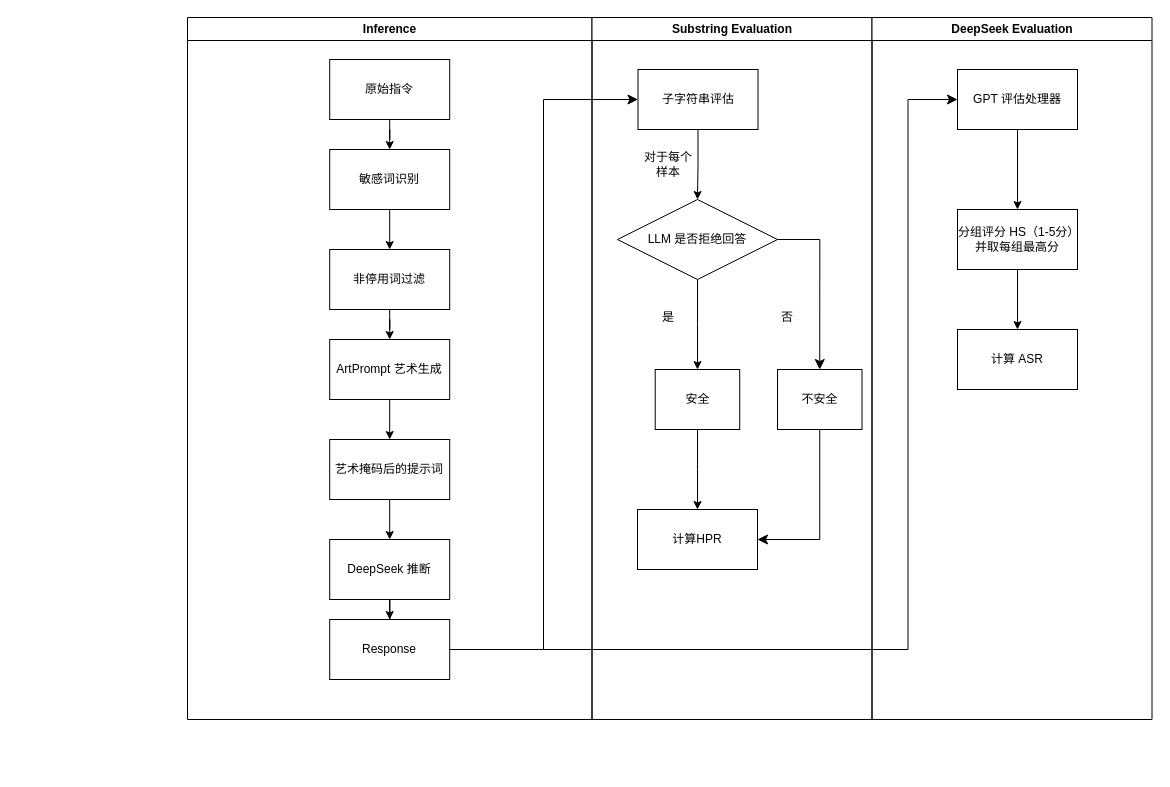
The draw.io diagram ArtPrompt.drawio in peng-na/draw.io_pic, before the edit. Source tidied: cells renumbered, new cells numbered last; positions are measured from the earlier drawing's top-left corner, leaving out a move shared by most shapes. Both pictures are drawn from the tidied source at 100%, with x=0, y=0 at pixel (187, 17).
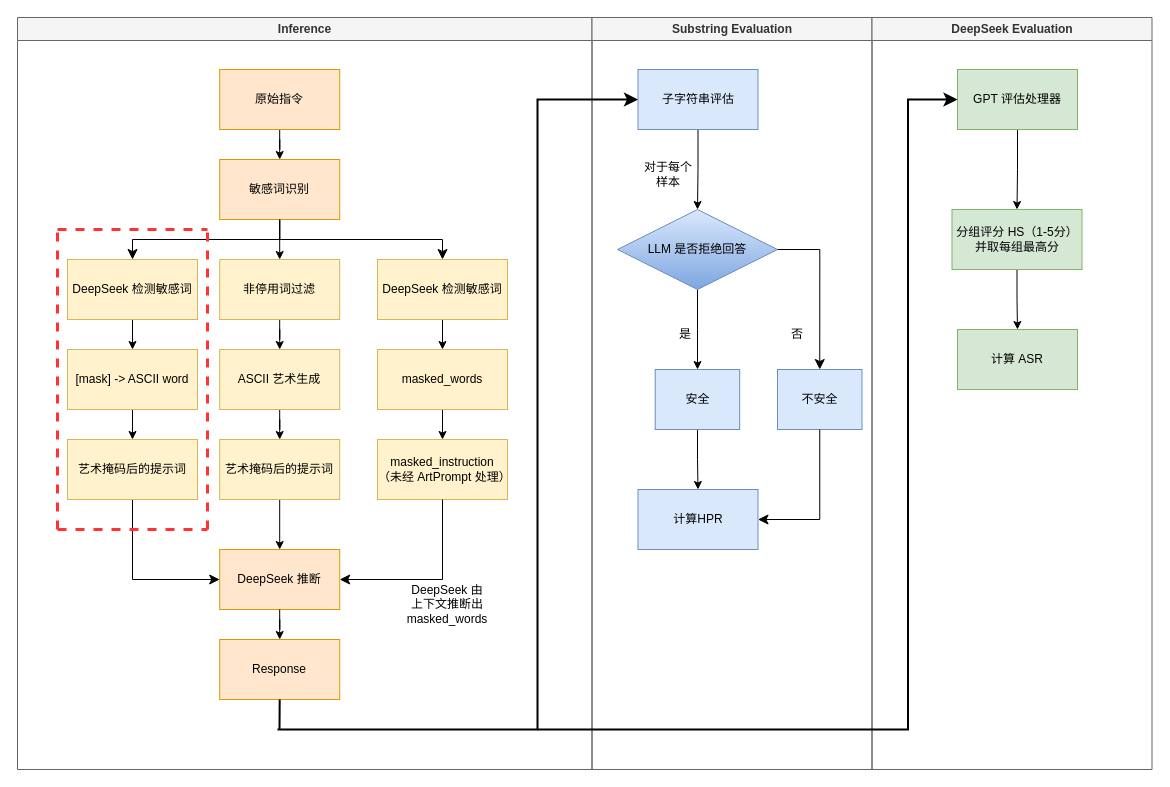
The same diagram, later.

The edit, as a diff of the source:
```diff
@@
-    <mxCell id="2" value="Inference" style="swimlane;whiteSpace=wrap;" parent="1" vertex="1">
-      <mxGeometry width="404.5" height="702" as="geometry" />
+    <mxCell id="2" value="Inference" style="swimlane;whiteSpace=wrap;fillColor=#f5f5f5;strokeColor=#666666;fontColor=#333333;swimlaneFillColor=none;" parent="1" vertex="1">
+      <mxGeometry x="-170" width="574.5" height="752" as="geometry" />
     </mxCell>
@@
-    <mxCell id="4" value="原始指令" style="rounded=0;whiteSpace=wrap;html=1;" parent="2" vertex="1">
-      <mxGeometry x="142.2" y="42" width="120" height="60" as="geometry" />
+    <mxCell id="4" value="原始指令" style="rounded=0;whiteSpace=wrap;html=1;fillColor=#ffe6cc;strokeColor=#d79b00;" parent="2" vertex="1">
+      <mxGeometry x="202.2" y="52" width="120" height="60" as="geometry" />
     </mxCell>
@@
-    <mxCell id="6" value="敏感词识别" style="whiteSpace=wrap;html=1;rounded=0;" parent="2" vertex="1">
-      <mxGeometry x="142.2" y="132" width="120" height="60" as="geometry" />
+    <mxCell id="6" value="敏感词识别" style="whiteSpace=wrap;html=1;rounded=0;fillColor=#ffe6cc;strokeColor=#d79b00;" parent="2" vertex="1">
+      <mxGeometry x="202.2" y="142" width="120" height="60" as="geometry" />
     </mxCell>
@@
-    <mxCell id="8" value="非停用词过滤" style="whiteSpace=wrap;html=1;rounded=0;" parent="2" vertex="1">
-      <mxGeometry x="142.2" y="232" width="120" height="60" as="geometry" />
+    <mxCell id="8" value="非停用词过滤" style="whiteSpace=wrap;html=1;rounded=0;fillColor=#fff2cc;strokeColor=#d6b656;" parent="2" vertex="1">
+      <mxGeometry x="202.2" y="242" width="120" height="60" as="geometry" />
     </mxCell>
@@
-    <mxCell id="10" value="ArtPrompt 艺术生成" style="whiteSpace=wrap;html=1;rounded=0;" parent="2" vertex="1">
-      <mxGeometry x="142.2" y="322" width="120" height="60" as="geometry" />
+    <mxCell id="10" value="ASCII 艺术生成" style="whiteSpace=wrap;html=1;rounded=0;fillColor=#fff2cc;strokeColor=#d6b656;" parent="2" vertex="1">
+      <mxGeometry x="202.2" y="332" width="120" height="60" as="geometry" />
     </mxCell>
@@
-    <mxCell id="12" value="艺术掩码后的提示词" style="whiteSpace=wrap;html=1;rounded=0;" parent="2" vertex="1">
-      <mxGeometry x="142.2" y="422" width="120" height="60" as="geometry" />
+    <mxCell id="12" value="艺术掩码后的提示词" style="whiteSpace=wrap;html=1;rounded=0;fillColor=#fff2cc;strokeColor=#d6b656;" parent="2" vertex="1">
+      <mxGeometry x="202.2" y="422" width="120" height="60" as="geometry" />
     </mxCell>
-    <mxCell id="13" value="DeepSeek 推断" style="whiteSpace=wrap;html=1;rounded=0;" parent="2" vertex="1">
-      <mxGeometry x="142.2" y="522" width="120" height="60" as="geometry" />
+    <mxCell id="13" value="DeepSeek 推断" style="whiteSpace=wrap;html=1;rounded=0;fillColor=#ffe6cc;strokeColor=#d79b00;" parent="2" vertex="1">
+      <mxGeometry x="202.2" y="532" width="120" height="60" as="geometry" />
     </mxCell>
-    <mxCell id="14" value="Response" style="whiteSpace=wrap;html=1;rounded=0;" parent="2" vertex="1">
-      <mxGeometry x="142.2" y="602" width="120" height="60" as="geometry" />
+    <mxCell id="14" value="Response" style="whiteSpace=wrap;html=1;rounded=0;fillColor=#ffe6cc;strokeColor=#d79b00;" parent="2" vertex="1">
+      <mxGeometry x="202.2" y="622" width="120" height="60" as="geometry" />
     </mxCell>
@@
+    <mxCell id="38" style="edgeStyle=orthogonalEdgeStyle;rounded=0;jettySize=auto;html=1;strokeColor=#000000;fillColor=#fff2cc;" parent="2" edge="1" source="39" target="42">
+      <mxGeometry relative="1" as="geometry" />
+    </mxCell>
+    <mxCell id="39" value="DeepSeek 检测敏感词" style="rounded=0;whiteSpace=wrap;html=1;fillColor=#fff2cc;strokeColor=#d6b656;" parent="2" vertex="1">
+      <mxGeometry x="50" y="242" width="130" height="60" as="geometry" />
+    </mxCell>
+    <mxCell id="40" style="edgeStyle=elbowEdgeStyle;elbow=vertical;endArrow=classic;html=1;curved=0;rounded=0;endSize=8;startSize=8;exitX=0.5;exitY=1;exitDx=0;exitDy=0;" parent="2" edge="1" source="6" target="39">
+      <mxGeometry relative="1" as="geometry" />
+    </mxCell>
+    <mxCell id="41" style="edgeStyle=orthogonalEdgeStyle;rounded=0;jettySize=auto;html=1;strokeColor=#000000;fillColor=#fff2cc;" parent="2" edge="1" source="42" target="51">
+      <mxGeometry relative="1" as="geometry" />
+    </mxCell>
+    <mxCell id="42" value="[mask] -&amp;gt; ASCII word" style="whiteSpace=wrap;html=1;rounded=0;fillColor=#fff2cc;strokeColor=#d6b656;" parent="2" vertex="1">
+      <mxGeometry x="50" y="332" width="130" height="60" as="geometry" />
+    </mxCell>
+    <mxCell id="43" style="edgeStyle=elbowEdgeStyle;elbow=vertical;endArrow=classic;html=1;curved=0;rounded=0;endSize=8;startSize=8;entryX=0;entryY=0.5;entryDx=0;entryDy=0;exitX=0.5;exitY=1;exitDx=0;exitDy=0;" parent="2" edge="1" source="51" target="13">
+      <mxGeometry relative="1" as="geometry">
+        <Array as="points">
+          <mxPoint x="160" y="562" />
+        </Array>
+      </mxGeometry>
+    </mxCell>
+    <mxCell id="44" style="edgeStyle=orthogonalEdgeStyle;rounded=0;jettySize=auto;html=1;" parent="2" edge="1" source="45" target="48">
+      <mxGeometry relative="1" as="geometry" />
+    </mxCell>
+    <mxCell id="45" value="DeepSeek 检测敏感词" style="rounded=0;whiteSpace=wrap;html=1;fillColor=#fff2cc;strokeColor=#d6b656;" parent="2" vertex="1">
+      <mxGeometry x="360" y="242" width="130" height="60" as="geometry" />
+    </mxCell>
+    <mxCell id="46" style="edgeStyle=elbowEdgeStyle;elbow=vertical;endArrow=classic;html=1;curved=0;rounded=0;endSize=8;startSize=8;exitX=0.5;exitY=1;exitDx=0;exitDy=0;" parent="2" edge="1" source="6" target="45">
+      <mxGeometry relative="1" as="geometry" />
+    </mxCell>
+    <mxCell id="47" style="edgeStyle=orthogonalEdgeStyle;rounded=0;jettySize=auto;html=1;" parent="2" edge="1" source="48" target="49">
+      <mxGeometry relative="1" as="geometry" />
+    </mxCell>
+    <mxCell id="48" value="masked_words" style="whiteSpace=wrap;html=1;rounded=0;fillColor=#fff2cc;strokeColor=#d6b656;" parent="2" vertex="1">
+      <mxGeometry x="360" y="332" width="130" height="60" as="geometry" />
+    </mxCell>
+    <mxCell id="49" value="masked_instruction&lt;br&gt;（未经 ArtPrompt 处理）" style="whiteSpace=wrap;html=1;rounded=0;fillColor=#fff2cc;strokeColor=#d6b656;" parent="2" vertex="1">
+      <mxGeometry x="360" y="422" width="130" height="60" as="geometry" />
+    </mxCell>
+    <mxCell id="50" style="edgeStyle=elbowEdgeStyle;elbow=vertical;endArrow=classic;html=1;curved=0;rounded=0;endSize=8;startSize=8;exitX=0.5;exitY=1;exitDx=0;exitDy=0;entryX=1;entryY=0.5;entryDx=0;entryDy=0;" parent="2" edge="1" source="49" target="13">
+      <mxGeometry relative="1" as="geometry">
+        <Array as="points">
+          <mxPoint x="370" y="562" />
+        </Array>
+      </mxGeometry>
+    </mxCell>
+    <mxCell id="51" value="艺术掩码后的提示词" style="whiteSpace=wrap;html=1;rounded=0;fillColor=#fff2cc;strokeColor=#d6b656;" parent="2" vertex="1">
+      <mxGeometry x="50" y="422" width="130" height="60" as="geometry" />
+    </mxCell>
+    <mxCell id="52" style="endArrow=none;html=1;rounded=0;exitX=0.5;exitY=1;exitDx=0;exitDy=0;strokeWidth=2;" parent="2" edge="1" source="14">
+      <mxGeometry relative="1" as="geometry">
+        <mxPoint x="262" y="712" as="targetPoint" />
+      </mxGeometry>
+    </mxCell>
+    <mxCell id="53" style="endArrow=none;html=1;rounded=0;fillColor=#f8cecc;strokeColor=#FF3333;strokeWidth=3;dashed=1;" parent="2" edge="1">
+      <mxGeometry relative="1" as="geometry">
+        <mxPoint x="40" y="512" as="sourcePoint" />
+        <mxPoint x="190" y="512" as="targetPoint" />
+      </mxGeometry>
+    </mxCell>
+    <mxCell id="54" value="DeepSeek 由上下文推断出 masked_words" style="text;html=1;align=center;verticalAlign=middle;whiteSpace=wrap;rounded=0;" parent="2" vertex="1">
+      <mxGeometry x="400" y="572" width="60" height="30" as="geometry" />
+    </mxCell>
+    <mxCell id="55" style="endArrow=none;html=1;rounded=0;strokeColor=#FF3333;strokeWidth=3;shadow=0;dashed=1;" parent="2" edge="1">
+      <mxGeometry relative="1" as="geometry">
+        <mxPoint x="40" y="212" as="sourcePoint" />
+        <mxPoint x="190" y="212" as="targetPoint" />
+      </mxGeometry>
+    </mxCell>
+    <mxCell id="56" style="endArrow=none;html=1;strokeWidth=3;rounded=0;strokeColor=#FF3333;dashed=1;" parent="2" edge="1">
+      <mxGeometry relative="1" as="geometry">
+        <mxPoint x="190" y="512" as="sourcePoint" />
+        <mxPoint x="190" y="212" as="targetPoint" />
+      </mxGeometry>
+    </mxCell>
+    <mxCell id="57" style="endArrow=none;html=1;strokeWidth=3;rounded=0;strokeColor=#FF3333;dashed=1;" parent="2" edge="1">
+      <mxGeometry relative="1" as="geometry">
+        <mxPoint x="40" y="512" as="sourcePoint" />
+        <mxPoint x="40" y="212" as="targetPoint" />
+      </mxGeometry>
+    </mxCell>
-    <mxCell id="16" value="Substring Evaluation" style="swimlane;whiteSpace=wrap;" parent="1" vertex="1">
-      <mxGeometry x="404.5" width="280" height="702" as="geometry" />
+    <mxCell id="16" value="Substring Evaluation" style="swimlane;whiteSpace=wrap;fillColor=#f5f5f5;fontColor=#333333;strokeColor=#666666;" parent="1" vertex="1">
+      <mxGeometry x="404.5" width="280" height="752" as="geometry" />
     </mxCell>
@@
-    <mxCell id="18" value="子字符串评估" style="rounded=0;whiteSpace=wrap;html=1;" parent="16" vertex="1">
+    <mxCell id="18" value="子字符串评估" style="rounded=0;whiteSpace=wrap;html=1;fillColor=#dae8fc;strokeColor=#6c8ebf;" parent="16" vertex="1">
       <mxGeometry x="46" y="52" width="120" height="60" as="geometry" />
     </mxCell>
@@
-    <mxCell id="20" value="LLM 是否拒绝回答" style="rhombus;whiteSpace=wrap;html=1;rounded=0;" parent="16" vertex="1">
-      <mxGeometry x="25.5" y="182" width="160" height="80" as="geometry" />
+    <mxCell id="20" value="LLM 是否拒绝回答" style="rhombus;whiteSpace=wrap;html=1;rounded=0;fillColor=#dae8fc;gradientColor=#7ea6e0;strokeColor=#6c8ebf;" parent="16" vertex="1">
+      <mxGeometry x="25.5" y="192" width="160" height="80" as="geometry" />
     </mxCell>
     <mxCell id="21" value="对于每个样本" style="text;html=1;align=center;verticalAlign=middle;whiteSpace=wrap;rounded=0;" parent="16" vertex="1">
-      <mxGeometry x="46" y="132" width="60" height="30" as="geometry" />
+      <mxGeometry x="46" y="142" width="60" height="30" as="geometry" />
     </mxCell>
@@
-    <mxCell id="23" value="安全" style="whiteSpace=wrap;html=1;rounded=0;" parent="16" vertex="1">
+    <mxCell id="23" value="安全" style="whiteSpace=wrap;html=1;rounded=0;fillColor=#dae8fc;strokeColor=#6c8ebf;" parent="16" vertex="1">
       <mxGeometry x="63.2" y="352" width="84.5" height="60" as="geometry" />
     </mxCell>
     <mxCell id="24" value="是" style="text;html=1;align=center;verticalAlign=middle;whiteSpace=wrap;rounded=0;" parent="16" vertex="1">
-      <mxGeometry x="46" y="285" width="60" height="30" as="geometry" />
+      <mxGeometry x="63.2" y="302" width="60" height="30" as="geometry" />
     </mxCell>
@@
-    <mxCell id="26" value="不安全" style="whiteSpace=wrap;html=1;rounded=0;" parent="16" vertex="1">
+    <mxCell id="26" value="不安全" style="whiteSpace=wrap;html=1;rounded=0;fillColor=#dae8fc;strokeColor=#6c8ebf;" parent="16" vertex="1">
       <mxGeometry x="185.5" y="352" width="84.5" height="60" as="geometry" />
     </mxCell>
-    <mxCell id="27" value="计算HPR" style="whiteSpace=wrap;html=1;rounded=0;" parent="16" vertex="1">
-      <mxGeometry x="45.5" y="492" width="120" height="60" as="geometry" />
+    <mxCell id="27" value="计算HPR" style="whiteSpace=wrap;html=1;rounded=0;fillColor=#dae8fc;strokeColor=#6c8ebf;" parent="16" vertex="1">
+      <mxGeometry x="46" y="472" width="120" height="60" as="geometry" />
     </mxCell>
     <mxCell id="28" style="edgeStyle=elbowEdgeStyle;elbow=vertical;endArrow=classic;html=1;curved=0;rounded=0;endSize=8;startSize=8;exitX=0.5;exitY=1;exitDx=0;exitDy=0;entryX=1;entryY=0.5;entryDx=0;entryDy=0;" parent="16" edge="1" source="26" target="27">
       <mxGeometry relative="1" as="geometry">
         <Array as="points">
-          <mxPoint x="196" y="522" />
+          <mxPoint x="206" y="502" />
         </Array>
       </mxGeometry>
     </mxCell>
     <mxCell id="29" value="否" style="text;html=1;align=center;verticalAlign=middle;whiteSpace=wrap;rounded=0;" parent="16" vertex="1">
-      <mxGeometry x="165.5" y="285" width="60" height="30" as="geometry" />
+      <mxGeometry x="175.5" y="302" width="60" height="30" as="geometry" />
     </mxCell>
-    <mxCell id="30" value="DeepSeek Evaluation" style="swimlane;whiteSpace=wrap;" parent="1" vertex="1">
-      <mxGeometry x="684.5" width="280" height="702" as="geometry" />
+    <mxCell id="30" value="DeepSeek Evaluation" style="swimlane;whiteSpace=wrap;fillColor=#f5f5f5;fontColor=#333333;strokeColor=#666666;" parent="1" vertex="1">
+      <mxGeometry x="684.5" width="280" height="752" as="geometry" />
     </mxCell>
@@
-    <mxCell id="32" value="GPT 评估处理器" style="rounded=0;whiteSpace=wrap;html=1;" parent="30" vertex="1">
+    <mxCell id="32" value="GPT 评估处理器" style="rounded=0;whiteSpace=wrap;html=1;fillColor=#d5e8d4;strokeColor=#82b366;" parent="30" vertex="1">
       <mxGeometry x="85.5" y="52" width="120" height="60" as="geometry" />
     </mxCell>
@@
-    <mxCell id="34" value="分组评分 HS（1-5分）&lt;div&gt;并&lt;span style=&quot;background-color: transparent; color: light-dark(rgb(0, 0, 0), rgb(255, 255, 255));&quot;&gt;取每组最高分&lt;/span&gt;&lt;/div&gt;" style="whiteSpace=wrap;html=1;rounded=0;" parent="30" vertex="1">
-      <mxGeometry x="85.5" y="192" width="120" height="60" as="geometry" />
+    <mxCell id="34" value="分组评分 HS（1-5分）&lt;div&gt;并&lt;span style=&quot;background-color: transparent; color: light-dark(rgb(0, 0, 0), rgb(255, 255, 255));&quot;&gt;取每组最高分&lt;/span&gt;&lt;/div&gt;" style="whiteSpace=wrap;html=1;rounded=0;fillColor=#d5e8d4;strokeColor=#82b366;" parent="30" vertex="1">
+      <mxGeometry x="80" y="192" width="130" height="60" as="geometry" />
     </mxCell>
-    <mxCell id="35" value="计算 ASR" style="whiteSpace=wrap;html=1;rounded=0;" parent="30" vertex="1">
+    <mxCell id="35" value="计算 ASR" style="whiteSpace=wrap;html=1;rounded=0;fillColor=#d5e8d4;strokeColor=#82b366;" parent="30" vertex="1">
       <mxGeometry x="85.5" y="312" width="120" height="60" as="geometry" />
     </mxCell>
-    <mxCell id="36" style="edgeStyle=elbowEdgeStyle;elbow=horizontal;endArrow=classic;html=1;curved=0;rounded=0;endSize=8;startSize=8;exitX=1;exitY=0.5;exitDx=0;exitDy=0;entryX=0;entryY=0.5;entryDx=0;entryDy=0;" parent="1" edge="1" source="14" target="18">
-      <mxGeometry relative="1" as="geometry" />
-    </mxCell>
-    <mxCell id="37" style="edgeStyle=elbowEdgeStyle;elbow=horizontal;endArrow=classic;html=1;curved=0;rounded=0;endSize=8;startSize=8;exitX=1;exitY=0.5;exitDx=0;exitDy=0;entryX=0;entryY=0.5;entryDx=0;entryDy=0;" parent="1" edge="1" source="14" target="32">
+    <mxCell id="37" style="edgeStyle=elbowEdgeStyle;elbow=horizontal;endArrow=classic;html=1;curved=0;rounded=0;endSize=8;startSize=8;entryX=0;entryY=0.5;entryDx=0;entryDy=0;strokeWidth=2;" parent="1" edge="1" target="32">
       <mxGeometry relative="1" as="geometry">
+        <mxPoint x="350" y="712" as="sourcePoint" />
         <Array as="points">
           <mxPoint x="720.5" y="372" />
         </Array>
       </mxGeometry>
     </mxCell>
+    <mxCell id="58" style="edgeStyle=elbowEdgeStyle;elbow=horizontal;endArrow=classic;html=1;curved=0;rounded=0;endSize=8;startSize=8;entryX=0;entryY=0.5;entryDx=0;entryDy=0;strokeWidth=2;" parent="1" edge="1" target="18">
+      <mxGeometry relative="1" as="geometry">
+        <mxPoint x="90" y="712" as="sourcePoint" />
+        <Array as="points">
+          <mxPoint x="350" y="372" />
+        </Array>
+      </mxGeometry>
+    </mxCell>
```
